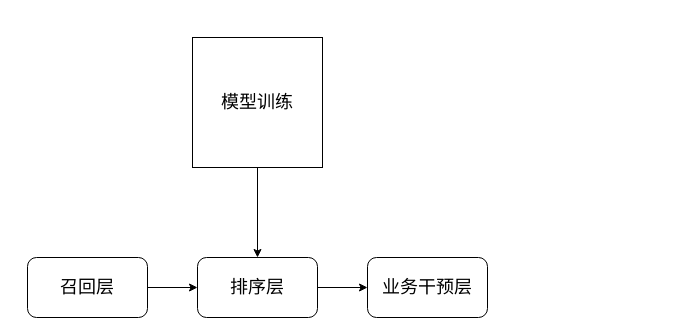
This is Untitled Diagram.drawio from xiehuiSheldon/hello-world, a draw.io file, before an edit. Source tidied: cells renumbered, new cells numbered last; positions are measured from the earlier drawing's top-left corner, leaving out a move shared by most shapes. Both pictures are drawn from the tidied source at 100%, with x=0, y=0 at pixel (27, 37).
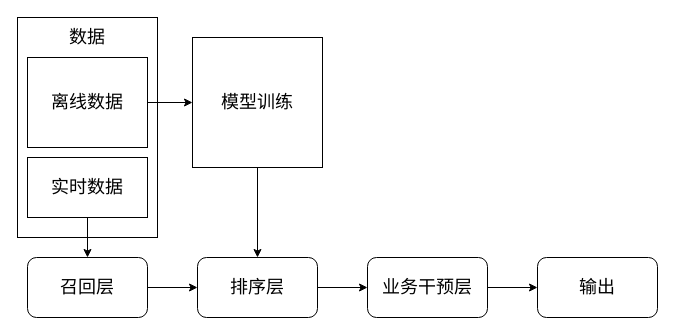
Above is the later version.

Commit message:
推荐系统架构.drawio

The edit, as a diff of the source:
```diff
@@
 <mxGraphModel>
   <root>
     <mxCell id="0" />
     <mxCell id="1" parent="0" />
     <mxCell id="2" style="edgeStyle=orthogonalEdgeStyle;rounded=0;jettySize=auto;html=1;" parent="1" edge="1" source="3" target="5">
       <mxGeometry relative="1" as="geometry" />
     </mxCell>
     <mxCell id="3" value="&lt;font style=&quot;font-size: 18px&quot;&gt;召回层&lt;/font&gt;" style="rounded=1;whiteSpace=wrap;html=1;" parent="1" vertex="1">
       <mxGeometry y="220" width="120" height="60" as="geometry" />
     </mxCell>
     <mxCell id="4" style="edgeStyle=orthogonalEdgeStyle;rounded=0;jettySize=auto;html=1;" parent="1" edge="1" source="5" target="6">
       <mxGeometry relative="1" as="geometry" />
     </mxCell>
     <mxCell id="5" value="&lt;font style=&quot;font-size: 18px&quot;&gt;排序层&lt;/font&gt;" style="rounded=1;whiteSpace=wrap;html=1;" parent="1" vertex="1">
       <mxGeometry x="170" y="220" width="120" height="60" as="geometry" />
     </mxCell>
+    <mxCell id="9" style="edgeStyle=orthogonalEdgeStyle;rounded=0;jettySize=auto;html=1;" parent="1" edge="1" source="6" target="10">
+      <mxGeometry relative="1" as="geometry" />
+    </mxCell>
     <mxCell id="6" value="&lt;font style=&quot;font-size: 18px&quot;&gt;业务干预层&lt;/font&gt;" style="rounded=1;whiteSpace=wrap;html=1;" parent="1" vertex="1">
       <mxGeometry x="340" y="220" width="120" height="60" as="geometry" />
     </mxCell>
     <mxCell id="7" style="edgeStyle=orthogonalEdgeStyle;rounded=0;jettySize=auto;html=1;" parent="1" edge="1" source="8" target="5">
       <mxGeometry relative="1" as="geometry" />
     </mxCell>
     <mxCell id="8" value="&lt;font style=&quot;font-size: 18px&quot;&gt;模型训练&lt;/font&gt;" style="whiteSpace=wrap;html=1;" parent="1" vertex="1">
       <mxGeometry x="165" width="130" height="130" as="geometry" />
     </mxCell>
+    <mxCell id="10" value="&lt;font style=&quot;font-size: 18px&quot;&gt;输出&lt;/font&gt;" style="rounded=1;whiteSpace=wrap;html=1;" parent="1" vertex="1">
+      <mxGeometry x="510" y="220" width="120" height="60" as="geometry" />
+    </mxCell>
+    <mxCell id="11" style="edgeStyle=orthogonalEdgeStyle;rounded=0;jettySize=auto;html=1;" parent="1" edge="1" source="12" target="8">
+      <mxGeometry relative="1" as="geometry" />
+    </mxCell>
+    <mxCell id="12" value="&lt;font style=&quot;font-size: 18px&quot;&gt;离线数据&lt;/font&gt;" style="rounded=0;whiteSpace=wrap;html=1;" parent="1" vertex="1">
+      <mxGeometry y="20" width="120" height="90" as="geometry" />
+    </mxCell>
+    <mxCell id="13" style="edgeStyle=orthogonalEdgeStyle;rounded=0;jettySize=auto;html=1;" parent="1" edge="1" source="14" target="3">
+      <mxGeometry relative="1" as="geometry" />
+    </mxCell>
+    <mxCell id="14" value="&lt;font style=&quot;font-size: 18px&quot;&gt;实时数据&lt;/font&gt;" style="rounded=0;whiteSpace=wrap;html=1;" parent="1" vertex="1">
+      <mxGeometry y="120" width="120" height="60" as="geometry" />
+    </mxCell>
+    <mxCell id="15" style="rounded=0;whiteSpace=wrap;html=1;fillColor=none;" parent="1" vertex="1">
+      <mxGeometry x="-10" y="-20" width="140" height="220" as="geometry" />
+    </mxCell>
+    <mxCell id="16" value="&lt;font style=&quot;font-size: 18px&quot;&gt;数据&lt;/font&gt;" style="rounded=1;whiteSpace=wrap;html=1;fillColor=none;shadow=0;strokeColor=none;" parent="1" vertex="1">
+      <mxGeometry x="30" y="-20" width="60" height="40" as="geometry" />
+    </mxCell>
   </root>
 </mxGraphModel>
```
